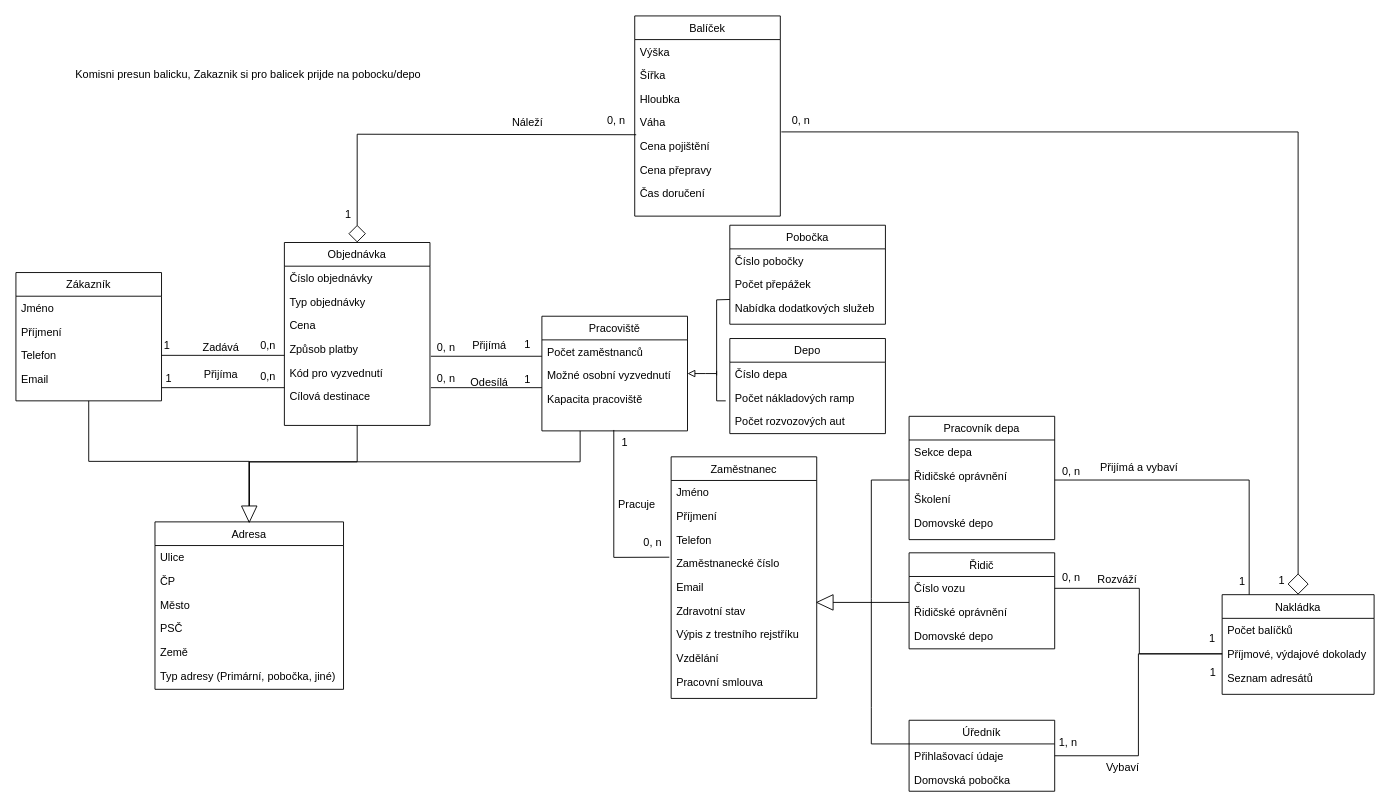
The draw.io diagram Projekt-ClassDiagram-v3.drawio in martinoak/culs-diagrams-net, before the edit. Source tidied: cells renumbered, new cells numbered last; positions are measured from the earlier drawing's top-left corner, leaving out a move shared by most shapes. Both pictures are drawn from the tidied source at 91%, with x=0, y=0 at pixel (15, 15).
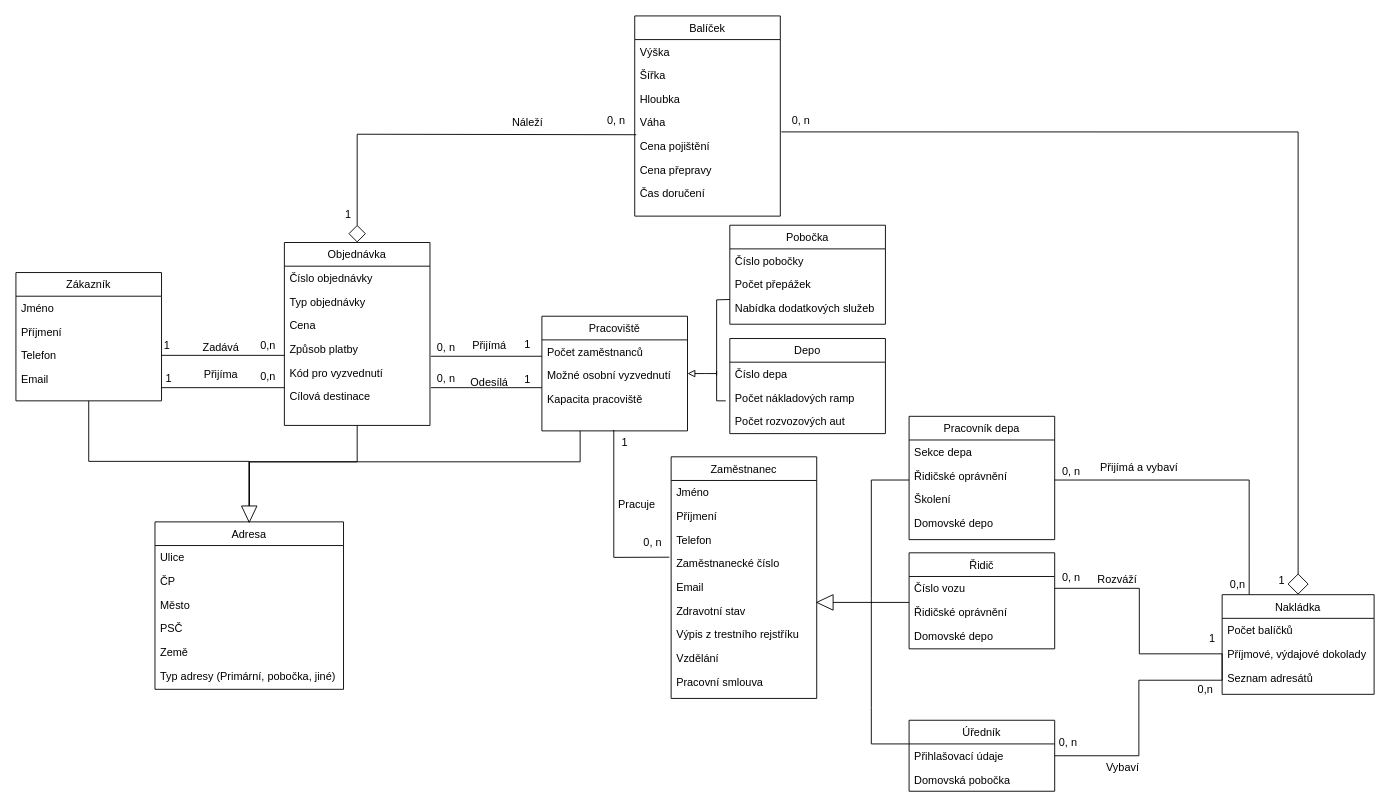
After the change.

The change refers to these unchanged cells:
```xml
<mxCell id="48" value="Přihlašovací údaje" style="text;align=left;verticalAlign=top;spacingLeft=4;spacingRight=4;overflow=hidden;points=[[0,0.5],[1,0.5]];portConstraint=eastwest;" parent="47" vertex="1">
  <mxGeometry y="26" width="160" height="26" as="geometry" />
</mxCell>
<mxCell id="65" value="Příjmové, výdajové dokolady" style="text;align=left;verticalAlign=top;spacingLeft=4;spacingRight=4;overflow=hidden;points=[[0,0.5],[1,0.5]];portConstraint=eastwest;" parent="63" vertex="1">
  <mxGeometry y="52" width="167" height="26" as="geometry" />
</mxCell>
```

Change to the diagram source:
```diff
@@
     <mxCell id="59" style="edgeStyle=orthogonalEdgeStyle;rounded=0;jettySize=auto;html=1;entryX=0;entryY=0.5;entryDx=0;entryDy=0;endArrow=none;endFill=0;" parent="1" edge="1" source="48" target="65">
-      <mxGeometry relative="1" as="geometry" />
+      <mxGeometry relative="1" as="geometry">
+        <Array as="points">
+          <mxPoint x="1234" y="813" />
+          <mxPoint x="1234" y="730" />
+          <mxPoint x="1326" y="730" />
+        </Array>
+      </mxGeometry>
     </mxCell>
-    <mxCell id="60" value="1, n" style="align=left;verticalAlign=bottom;labelBackgroundColor=none;fontSize=12;" parent="1" vertex="1">
+    <mxCell id="60" value="0, n" style="align=left;verticalAlign=bottom;labelBackgroundColor=none;fontSize=12;" parent="1" vertex="1">
       <mxGeometry x="1150.5" y="810.5" as="geometry">
         <mxPoint x="-6" y="-4" as="offset" />
       </mxGeometry>
     </mxCell>
@@
-    <mxCell id="68" value="1" style="align=left;verticalAlign=bottom;labelBackgroundColor=none;fontSize=12;" parent="1" vertex="1">
-      <mxGeometry x="1313.5" y="715" as="geometry">
-        <mxPoint x="-3" y="15" as="offset" />
+    <mxCell id="68" value="0,n" style="align=left;verticalAlign=bottom;labelBackgroundColor=none;fontSize=12;" parent="1" vertex="1">
+      <mxGeometry x="1300" y="740" as="geometry">
+        <mxPoint x="-3" y="8" as="offset" />
       </mxGeometry>
     </mxCell>
@@
-    <mxCell id="94" value="Komisni presun balicku, Zakaznik si pro balicek prijde na pobocku/depo" style="text;html=1;align=center;verticalAlign=middle;strokeColor=none;fillColor=none;" parent="1" vertex="1">
-      <mxGeometry x="55" y="50" width="400" height="30" as="geometry" />
-    </mxCell>
@@
-    <mxCell id="109" value="1" style="align=left;verticalAlign=bottom;labelBackgroundColor=none;fontSize=12;" parent="1" vertex="1">
-      <mxGeometry x="1322.5" y="687.5" as="geometry">
+    <mxCell id="109" value="0,n" style="align=left;verticalAlign=bottom;labelBackgroundColor=none;fontSize=12;" parent="1" vertex="1">
+      <mxGeometry x="1312.5" y="690.7" as="geometry">
         <mxPoint x="20" y="-58" as="offset" />
       </mxGeometry>
     </mxCell>
```
